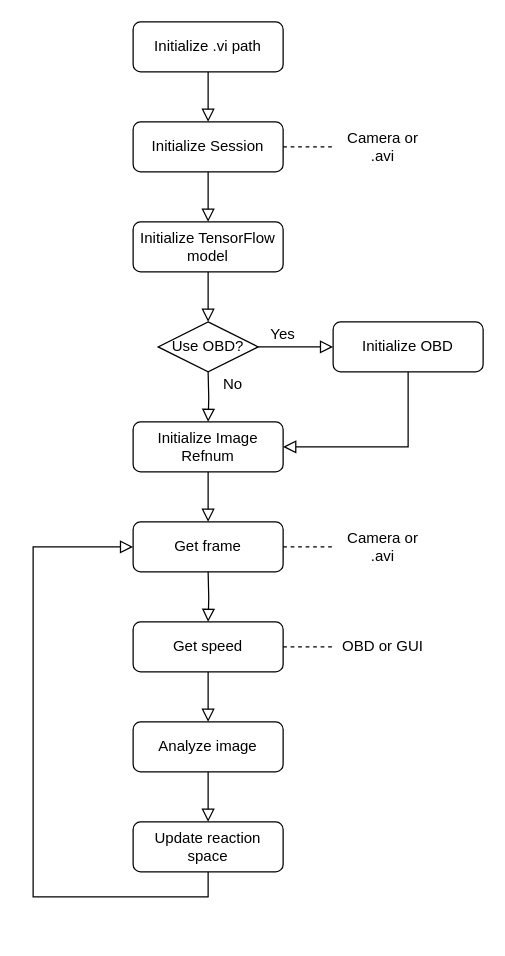
Above: State machine diagram/StateDiagram.drawio in FrantisekKracmar/AV_testing (draw.io), before the change. Source tidied: cells renumbered, new cells numbered last; positions are measured from the earlier drawing's top-left corner, leaving out a move shared by most shapes. Both pictures are drawn from the tidied source at 125%, with x=0, y=0 at pixel (32, 21).
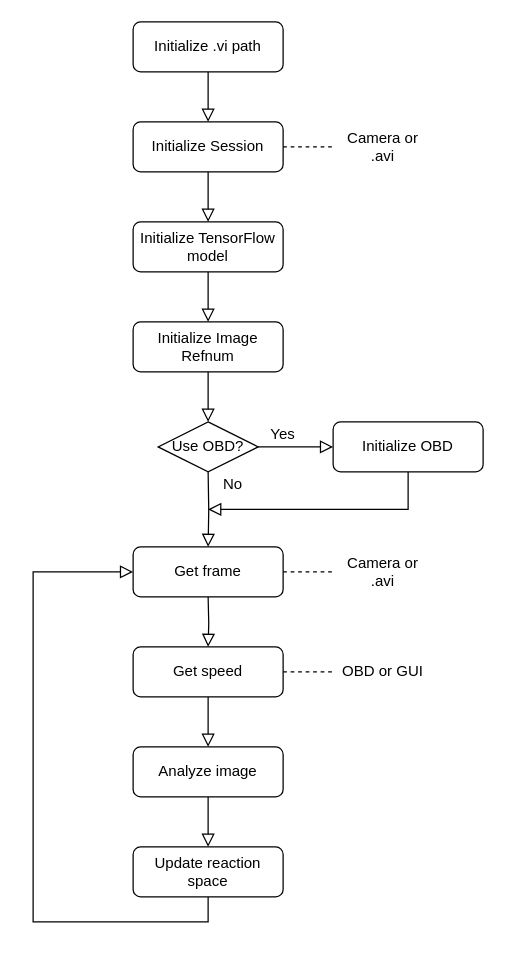
Above is the later version.

Commit message (it also covers changes not shown here):
Edit state diagram

The change refers to these unchanged cells:
```xml
<mxCell id="6" value="Initialize TensorFlow model" style="rounded=1;whiteSpace=wrap;html=1;fontSize=12;glass=0;strokeWidth=1;shadow=0;" parent="1" vertex="1">
  <mxGeometry x="80" y="160" width="120" height="40" as="geometry" />
</mxCell>
```

Diff of the diagram source:
```diff
@@
     <mxCell id="5" value="Initialize OBD" style="rounded=1;whiteSpace=wrap;html=1;fontSize=12;glass=0;strokeWidth=1;shadow=0;" parent="1" vertex="1">
-      <mxGeometry x="240" y="240" width="120" height="40" as="geometry" />
+      <mxGeometry x="240" y="320" width="120" height="40" as="geometry" />
     </mxCell>
@@
     <mxCell id="8" value="Initialize Image Refnum" style="rounded=1;whiteSpace=wrap;html=1;fontSize=12;glass=0;strokeWidth=1;shadow=0;" parent="1" vertex="1">
-      <mxGeometry x="80" y="320" width="120" height="40" as="geometry" />
+      <mxGeometry x="80" y="240" width="120" height="40" as="geometry" />
     </mxCell>
@@
-    <mxCell id="11" style="rounded=0;html=1;jettySize=auto;fontSize=11;endArrow=block;endFill=0;endSize=8;strokeWidth=1;shadow=0;labelBackgroundColor=none;edgeStyle=orthogonalEdgeStyle;entryX=0.5;entryY=0;entryDx=0;entryDy=0;" parent="1" edge="1" target="8">
+    <mxCell id="11" style="rounded=0;html=1;jettySize=auto;fontSize=11;endArrow=block;endFill=0;endSize=8;strokeWidth=1;shadow=0;labelBackgroundColor=none;edgeStyle=orthogonalEdgeStyle;entryX=0.5;entryY=0;entryDx=0;entryDy=0;" parent="1" edge="1" target="12">
       <mxGeometry relative="1" as="geometry">
-        <mxPoint x="140" y="280" as="sourcePoint" />
+        <mxPoint x="140" y="360" as="sourcePoint" />
       </mxGeometry>
     </mxCell>
     <mxCell id="12" value="Get frame" style="rounded=1;whiteSpace=wrap;html=1;fontSize=12;glass=0;strokeWidth=1;shadow=0;" parent="1" vertex="1">
-      <mxGeometry x="80" y="400" width="120" height="40" as="geometry" />
+      <mxGeometry x="80" y="420" width="120" height="40" as="geometry" />
     </mxCell>
     <mxCell id="13" value="Get speed" style="rounded=1;whiteSpace=wrap;html=1;fontSize=12;glass=0;strokeWidth=1;shadow=0;" parent="1" vertex="1">
-      <mxGeometry x="80" y="480" width="120" height="40" as="geometry" />
+      <mxGeometry x="80" y="500" width="120" height="40" as="geometry" />
     </mxCell>
     <mxCell id="14" value="Analyze image" style="rounded=1;whiteSpace=wrap;html=1;fontSize=12;glass=0;strokeWidth=1;shadow=0;" parent="1" vertex="1">
-      <mxGeometry x="80" y="560" width="120" height="40" as="geometry" />
+      <mxGeometry x="80" y="580" width="120" height="40" as="geometry" />
     </mxCell>
     <mxCell id="15" value="Update reaction space" style="rounded=1;whiteSpace=wrap;html=1;fontSize=12;glass=0;strokeWidth=1;shadow=0;" parent="1" vertex="1">
-      <mxGeometry x="80" y="640" width="120" height="40" as="geometry" />
+      <mxGeometry x="80" y="660" width="120" height="40" as="geometry" />
     </mxCell>
-    <mxCell id="16" style="rounded=0;html=1;jettySize=auto;fontSize=11;endArrow=block;endFill=0;endSize=8;strokeWidth=1;shadow=0;labelBackgroundColor=none;edgeStyle=orthogonalEdgeStyle;entryX=0.5;entryY=0;entryDx=0;entryDy=0;exitX=0.5;exitY=1;exitDx=0;exitDy=0;" parent="1" edge="1" source="8" target="12">
-      <mxGeometry relative="1" as="geometry" />
+    <mxCell id="16" style="rounded=0;html=1;jettySize=auto;fontSize=11;endArrow=block;endFill=0;endSize=8;strokeWidth=1;shadow=0;labelBackgroundColor=none;edgeStyle=orthogonalEdgeStyle;exitX=0.5;exitY=1;exitDx=0;exitDy=0;" parent="1" edge="1" source="8">
+      <mxGeometry relative="1" as="geometry">
+        <mxPoint x="140" y="320" as="targetPoint" />
+      </mxGeometry>
     </mxCell>
     <mxCell id="17" style="rounded=0;html=1;jettySize=auto;fontSize=11;endArrow=block;endFill=0;endSize=8;strokeWidth=1;shadow=0;labelBackgroundColor=none;edgeStyle=orthogonalEdgeStyle;entryX=0.5;entryY=0;entryDx=0;entryDy=0;" parent="1" edge="1" target="13">
       <mxGeometry relative="1" as="geometry">
-        <mxPoint x="140" y="440" as="sourcePoint" />
+        <mxPoint x="140" y="460" as="sourcePoint" />
       </mxGeometry>
     </mxCell>
@@
     <mxCell id="20" style="rounded=0;html=1;jettySize=auto;fontSize=11;endArrow=block;endFill=0;endSize=8;strokeWidth=1;shadow=0;labelBackgroundColor=none;edgeStyle=orthogonalEdgeStyle;exitX=0.5;exitY=1;exitDx=0;exitDy=0;entryX=0;entryY=0.5;entryDx=0;entryDy=0;" parent="1" edge="1" source="15" target="12">
       <mxGeometry relative="1" as="geometry">
         <Array as="points">
-          <mxPoint x="140" y="700" />
-          <mxPoint y="700" />
-          <mxPoint y="420" />
+          <mxPoint x="140" y="720" />
+          <mxPoint y="720" />
+          <mxPoint y="440" />
         </Array>
       </mxGeometry>
     </mxCell>
@@
     <mxCell id="22" value="Use OBD?" style="rhombus;whiteSpace=wrap;html=1;" parent="1" vertex="1">
-      <mxGeometry x="100" y="240" width="80" height="40" as="geometry" />
+      <mxGeometry x="100" y="320" width="80" height="40" as="geometry" />
     </mxCell>
-    <mxCell id="23" style="rounded=0;html=1;jettySize=auto;fontSize=11;endArrow=block;endFill=0;endSize=8;strokeWidth=1;shadow=0;labelBackgroundColor=none;edgeStyle=orthogonalEdgeStyle;entryX=0.5;entryY=0;entryDx=0;entryDy=0;exitX=0.5;exitY=1;exitDx=0;exitDy=0;" parent="1" edge="1" source="6" target="22">
+    <mxCell id="23" style="rounded=0;html=1;jettySize=auto;fontSize=11;endArrow=block;endFill=0;endSize=8;strokeWidth=1;shadow=0;labelBackgroundColor=none;edgeStyle=orthogonalEdgeStyle;exitX=0.5;exitY=1;exitDx=0;exitDy=0;entryX=0.5;entryY=0;entryDx=0;entryDy=0;" parent="1" edge="1" source="6" target="8">
       <mxGeometry relative="1" as="geometry" />
     </mxCell>
-    <mxCell id="24" style="rounded=0;html=1;jettySize=auto;fontSize=11;endArrow=block;endFill=0;endSize=8;strokeWidth=1;shadow=0;labelBackgroundColor=none;edgeStyle=orthogonalEdgeStyle;entryX=1;entryY=0.5;entryDx=0;entryDy=0;exitX=0.5;exitY=1;exitDx=0;exitDy=0;" parent="1" edge="1" source="5" target="8">
-      <mxGeometry relative="1" as="geometry" />
+    <mxCell id="24" style="rounded=0;html=1;jettySize=auto;fontSize=11;endArrow=block;endFill=0;endSize=8;strokeWidth=1;shadow=0;labelBackgroundColor=none;edgeStyle=orthogonalEdgeStyle;exitX=0.5;exitY=1;exitDx=0;exitDy=0;" parent="1" edge="1" source="5">
+      <mxGeometry relative="1" as="geometry">
+        <mxPoint x="140" y="390" as="targetPoint" />
+        <Array as="points">
+          <mxPoint x="300" y="390" />
+        </Array>
+      </mxGeometry>
     </mxCell>
     <mxCell id="25" value="Yes" style="text;html=1;strokeColor=none;fillColor=none;align=center;verticalAlign=middle;whiteSpace=wrap;rounded=0;" parent="1" vertex="1">
-      <mxGeometry x="180" y="240" width="40" height="20" as="geometry" />
+      <mxGeometry x="180" y="320" width="40" height="20" as="geometry" />
     </mxCell>
     <mxCell id="26" value="No" style="text;html=1;strokeColor=none;fillColor=none;align=center;verticalAlign=middle;whiteSpace=wrap;rounded=0;" parent="1" vertex="1">
-      <mxGeometry x="140" y="280" width="40" height="20" as="geometry" />
+      <mxGeometry x="140" y="360" width="40" height="20" as="geometry" />
     </mxCell>
     <mxCell id="27" style="endArrow=none;dashed=1;html=1;exitX=1;exitY=0.5;exitDx=0;exitDy=0;entryX=0;entryY=0.5;entryDx=0;entryDy=0;" parent="1" edge="1" target="28">
       <mxGeometry relative="1" as="geometry">
-        <mxPoint x="200" y="420" as="sourcePoint" />
+        <mxPoint x="200" y="440" as="sourcePoint" />
       </mxGeometry>
     </mxCell>
     <mxCell id="28" value="Camera or .avi" style="text;html=1;strokeColor=none;fillColor=none;align=center;verticalAlign=middle;whiteSpace=wrap;rounded=0;" parent="1" vertex="1">
-      <mxGeometry x="240" y="410" width="80" height="20" as="geometry" />
+      <mxGeometry x="240" y="430" width="80" height="20" as="geometry" />
     </mxCell>
     <mxCell id="29" style="endArrow=none;dashed=1;html=1;exitX=1;exitY=0.5;exitDx=0;exitDy=0;entryX=0;entryY=0.5;entryDx=0;entryDy=0;" parent="1" edge="1" target="30">
       <mxGeometry relative="1" as="geometry">
-        <mxPoint x="200" y="500" as="sourcePoint" />
+        <mxPoint x="200" y="520" as="sourcePoint" />
       </mxGeometry>
     </mxCell>
     <mxCell id="30" value="OBD or GUI" style="text;html=1;strokeColor=none;fillColor=none;align=center;verticalAlign=middle;whiteSpace=wrap;rounded=0;" parent="1" vertex="1">
-      <mxGeometry x="240" y="490" width="80" height="20" as="geometry" />
+      <mxGeometry x="240" y="510" width="80" height="20" as="geometry" />
     </mxCell>
```
